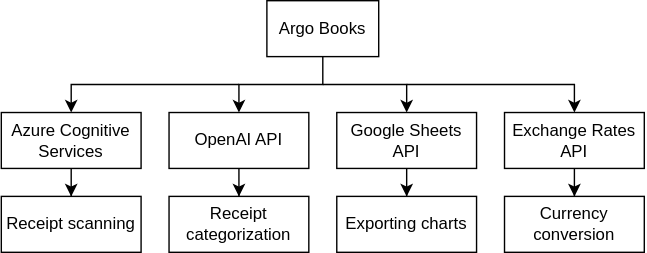
Before: docs/diagrams/integrations/integrations-overview.svg, a diagram exported from draw.io (ArgoRobots/Argo-Books-Avalonia). Source tidied: cells renumbered, new cells last; positions are measured from the earlier drawing's top-left corner, leaving out a move shared by most shapes.
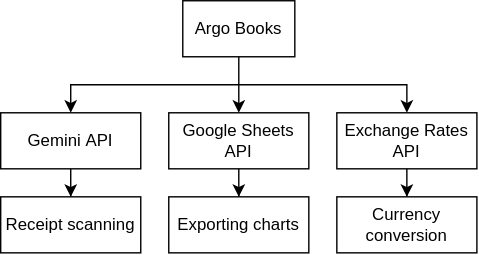
After the commit.

Change to the diagram source:
```diff
@@ -2,27 +2,16 @@
   <root>
     <mxCell id="0" />
     <mxCell id="1" parent="0" />
-    <mxCell id="2" style="edgeStyle=orthogonalEdgeStyle;rounded=0;jettySize=auto;html=1;entryX=0.5;entryY=0;entryDx=0;entryDy=0;" parent="1" edge="1" source="3" target="7">
-      <mxGeometry relative="1" as="geometry">
-        <Array as="points">
-          <mxPoint x="230" y="60" />
-          <mxPoint x="170" y="60" />
-        </Array>
-      </mxGeometry>
-    </mxCell>
+    <mxCell id="19" style="edgeStyle=orthogonalEdgeStyle;rounded=0;jettySize=auto;html=1;entryX=0.5;entryY=0;entryDx=0;entryDy=0;" parent="1" edge="1" source="3" target="9">
+      <mxGeometry relative="1" as="geometry" />
+    </mxCell>
     <mxCell id="3" value="Argo Books" style="rounded=0;whiteSpace=wrap;html=1;" parent="1" vertex="1">
-      <mxGeometry x="190" width="80" height="40" as="geometry" />
+      <mxGeometry x="250" width="80" height="40" as="geometry" />
     </mxCell>
-    <mxCell id="4" style="edgeStyle=orthogonalEdgeStyle;rounded=0;jettySize=auto;html=1;entryX=0.5;entryY=0;entryDx=0;entryDy=0;" parent="1" edge="1" source="5" target="15">
-      <mxGeometry relative="1" as="geometry" />
-    </mxCell>
-    <mxCell id="5" value="Azure Cognitive Services" style="rounded=0;whiteSpace=wrap;html=1;" parent="1" vertex="1">
-      <mxGeometry y="80" width="100" height="40" as="geometry" />
-    </mxCell>
     <mxCell id="6" style="edgeStyle=orthogonalEdgeStyle;rounded=0;jettySize=auto;html=1;entryX=0.5;entryY=0;entryDx=0;entryDy=0;" parent="1" edge="1" source="7" target="16">
       <mxGeometry relative="1" as="geometry" />
     </mxCell>
-    <mxCell id="7" value="OpenAI API" style="rounded=0;whiteSpace=wrap;html=1;" parent="1" vertex="1">
+    <mxCell id="7" value="Gemini&lt;span style=&quot;background-color: transparent; color: light-dark(rgb(0, 0, 0), rgb(255, 255, 255));&quot;&gt;&amp;nbsp;API&lt;/span&gt;" style="rounded=0;whiteSpace=wrap;html=1;" parent="1" vertex="1">
       <mxGeometry x="120" y="80" width="100" height="40" as="geometry" />
     </mxCell>
     <mxCell id="8" style="edgeStyle=orthogonalEdgeStyle;rounded=0;jettySize=auto;html=1;entryX=0.5;entryY=0;entryDx=0;entryDy=0;" parent="1" edge="1" source="9" target="17">
@@ -37,22 +26,6 @@
     <mxCell id="11" value="Exchange Rates API" style="rounded=0;whiteSpace=wrap;html=1;" parent="1" vertex="1">
       <mxGeometry x="360" y="80" width="100" height="40" as="geometry" />
     </mxCell>
-    <mxCell id="12" style="endArrow=classic;html=1;rounded=0;entryX=0.5;entryY=0;entryDx=0;entryDy=0;" parent="1" edge="1" target="9">
-      <mxGeometry relative="1" as="geometry">
-        <mxPoint x="230" y="60" as="sourcePoint" />
-        <Array as="points">
-          <mxPoint x="290" y="60" />
-        </Array>
-      </mxGeometry>
-    </mxCell>
-    <mxCell id="13" style="endArrow=classic;html=1;rounded=0;entryX=0.5;entryY=0;entryDx=0;entryDy=0;" parent="1" edge="1" target="5">
-      <mxGeometry relative="1" as="geometry">
-        <mxPoint x="170" y="60" as="sourcePoint" />
-        <Array as="points">
-          <mxPoint x="50" y="60" />
-        </Array>
-      </mxGeometry>
-    </mxCell>
     <mxCell id="14" style="endArrow=classic;html=1;rounded=0;entryX=0.5;entryY=0;entryDx=0;entryDy=0;" parent="1" edge="1" target="11">
       <mxGeometry relative="1" as="geometry">
         <mxPoint x="290" y="60" as="sourcePoint" />
@@ -61,10 +34,7 @@
         </Array>
       </mxGeometry>
     </mxCell>
-    <mxCell id="15" value="Receipt scanning" style="rounded=0;whiteSpace=wrap;html=1;" parent="1" vertex="1">
-      <mxGeometry y="140" width="100" height="40" as="geometry" />
-    </mxCell>
-    <mxCell id="16" value="Receipt categorization" style="rounded=0;whiteSpace=wrap;html=1;" parent="1" vertex="1">
+    <mxCell id="16" value="Receipt scanning" style="rounded=0;whiteSpace=wrap;html=1;" parent="1" vertex="1">
       <mxGeometry x="120" y="140" width="100" height="40" as="geometry" />
     </mxCell>
     <mxCell id="17" value="Exporting charts" style="rounded=0;whiteSpace=wrap;html=1;" parent="1" vertex="1">
@@ -73,5 +43,13 @@
     <mxCell id="18" value="Currency conversion" style="rounded=0;whiteSpace=wrap;html=1;" parent="1" vertex="1">
       <mxGeometry x="360" y="140" width="100" height="40" as="geometry" />
     </mxCell>
+    <mxCell id="20" style="endArrow=classic;html=1;rounded=0;entryX=0.5;entryY=0;entryDx=0;entryDy=0;" parent="1" edge="1" target="7">
+      <mxGeometry relative="1" as="geometry">
+        <mxPoint x="290" y="60" as="sourcePoint" />
+        <Array as="points">
+          <mxPoint x="170" y="60" />
+        </Array>
+      </mxGeometry>
+    </mxCell>
   </root>
 </mxGraphModel>
```
